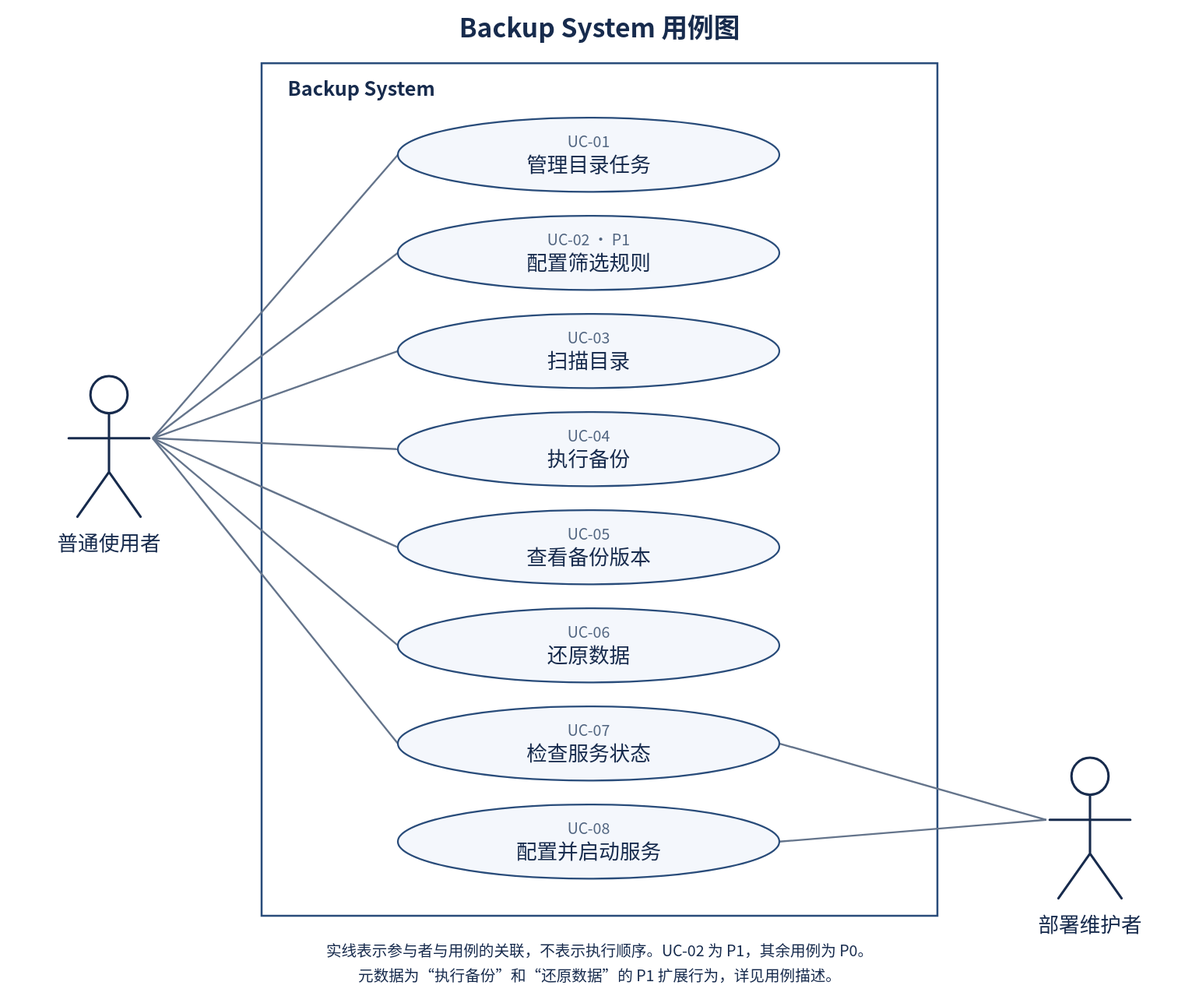
This is docs/diagrams/requirements-use-cases.svg from Sabrinayuzhibo/software-dev-practice, a PlantUML export, as it was before one commit. Its source is kept beside it as docs/diagrams/requirements-use-cases.puml. The source it was exported from:
```plantuml
@startuml
title Backup System 用例图
left to right direction
skinparam shadowing false
skinparam backgroundColor white
skinparam actorStyle stickman
skinparam packageStyle rectangle

actor "普通使用者" as User
actor "部署维护者" as Operator

rectangle "Backup System" {
  usecase "UC-01\n管理目录任务" as Tasks
  usecase "UC-02\n配置筛选规则（P1）" as Filters
  usecase "UC-03\n扫描目录" as Scan
  usecase "UC-04\n执行备份" as Backup
  usecase "UC-05\n查看备份版本" as Versions
  usecase "UC-06\n还原数据" as Restore
  usecase "UC-07\n检查服务状态" as Status
  usecase "UC-08\n配置并启动服务" as Service
}

User -- Tasks
User -- Filters
User -- Scan
User -- Backup
User -- Versions
User -- Restore
User -- Status
Status -- Operator
Service -- Operator

legend bottom
  实线表示参与者与用例的关联，不表示执行顺序。
  UC-02 为 P1；其余用例为 P0。
  元数据为 UC-04 与 UC-06 的 P1 扩展行为。
endlegend
@enduml
```
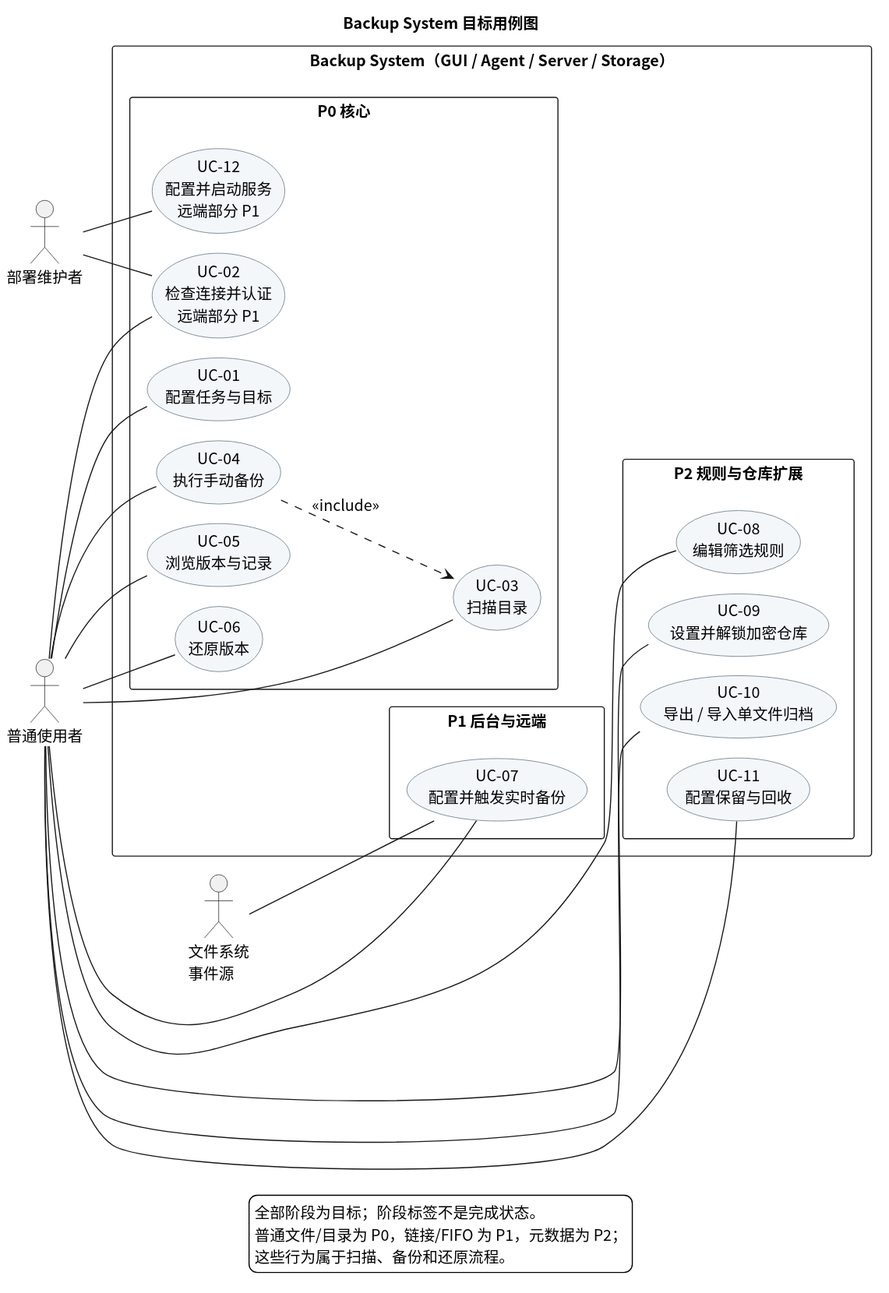
Later version of the same file.

The edit, as a diff of the source:
```diff
@@ -1,38 +1,57 @@
 @startuml
-title Backup System 用例图
+!pragma layout smetana
+title Backup System 目标用例图
 left to right direction
 skinparam shadowing false
+skinparam defaultFontName Noto Sans CJK SC
+skinparam defaultFontSize 14
 skinparam backgroundColor white
-skinparam actorStyle stickman
 skinparam packageStyle rectangle
-
+skinparam usecaseBackgroundColor #F4F7FA
+skinparam usecaseBorderColor #506575
 actor "普通使用者" as User
 actor "部署维护者" as Operator
-
-rectangle "Backup System" {
-  usecase "UC-01\n管理目录任务" as Tasks
-  usecase "UC-02\n配置筛选规则（P1）" as Filters
-  usecase "UC-03\n扫描目录" as Scan
-  usecase "UC-04\n执行备份" as Backup
-  usecase "UC-05\n查看备份版本" as Versions
-  usecase "UC-06\n还原数据" as Restore
-  usecase "UC-07\n检查服务状态" as Status
-  usecase "UC-08\n配置并启动服务" as Service
+actor "文件系统\n事件源" as Filesystem
+rectangle "Backup System（GUI / Agent / Server / Storage）" {
+  package "P0 核心" {
+    usecase "UC-01\n配置任务与目标" as Tasks
+    usecase "UC-02\n检查连接并认证\n远端部分 P1" as Connect
+    usecase "UC-03\n扫描目录" as Scan
+    usecase "UC-04\n执行手动备份" as Backup
+    usecase "UC-05\n浏览版本与记录" as Versions
+    usecase "UC-06\n还原版本" as Restore
+    usecase "UC-12\n配置并启动服务\n远端部分 P1" as Deploy
+  }
+  package "P1 后台与远端" {
+    usecase "UC-07\n配置并触发实时备份" as Realtime
+  }
+  package "P2 规则与仓库扩展" {
+    usecase "UC-08\n编辑筛选规则" as Filters
+    usecase "UC-09\n设置并解锁加密仓库" as Unlock
+    usecase "UC-10\n导出 / 导入单文件归档" as Archive
+    usecase "UC-11\n配置保留与回收" as Retention
+  }
 }
-
 User -- Tasks
-User -- Filters
-User -- Scan
+User -- Connect
+User -right- Scan
 User -- Backup
 User -- Versions
 User -- Restore
-User -- Status
-Status -- Operator
-Service -- Operator
-
+User -- Realtime
+User -- Filters
+User -- Unlock
+User -- Archive
+User -- Retention
+Operator -- Connect
+Operator -- Deploy
+Filesystem -- Realtime
+Backup .down.> Scan : <<include>>
+Deploy -[hidden]down- Realtime
+Realtime -[hidden]down- Filters
 legend bottom
-  实线表示参与者与用例的关联，不表示执行顺序。
-  UC-02 为 P1；其余用例为 P0。
-  元数据为 UC-04 与 UC-06 的 P1 扩展行为。
+  全部阶段为目标；阶段标签不是完成状态。
+  普通文件/目录为 P0，链接/FIFO 为 P1，元数据为 P2；
+  这些行为属于扫描、备份和还原流程。
 endlegend
 @enduml
```
